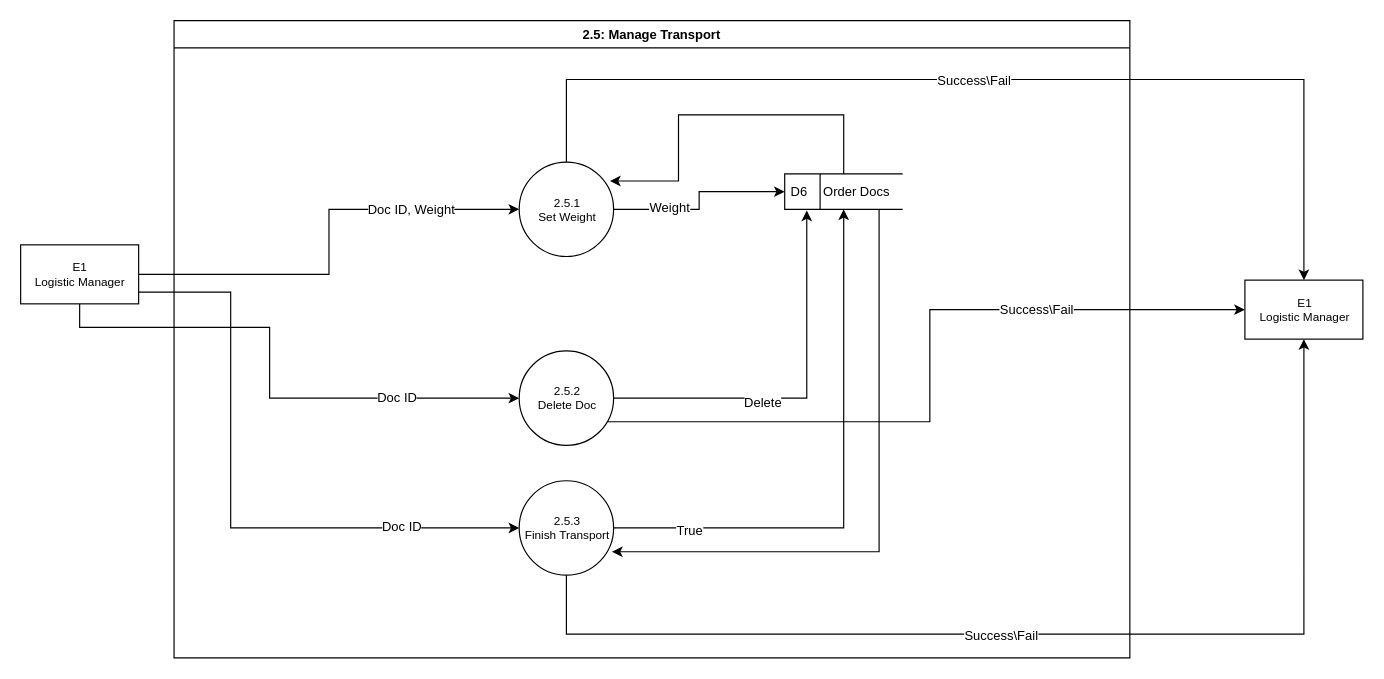
This is page "2.5" (5 of 6) of docs/DFD/DFDTransport.drawio from Naveavra/Market, a draw.io file, before an edit. Source tidied: cells renumbered, new cells numbered last; positions are measured from the earlier drawing's top-left corner, leaving out a move shared by most shapes. Both pictures are drawn from the tidied source at 118%, with x=0, y=0 at pixel (20, 20).
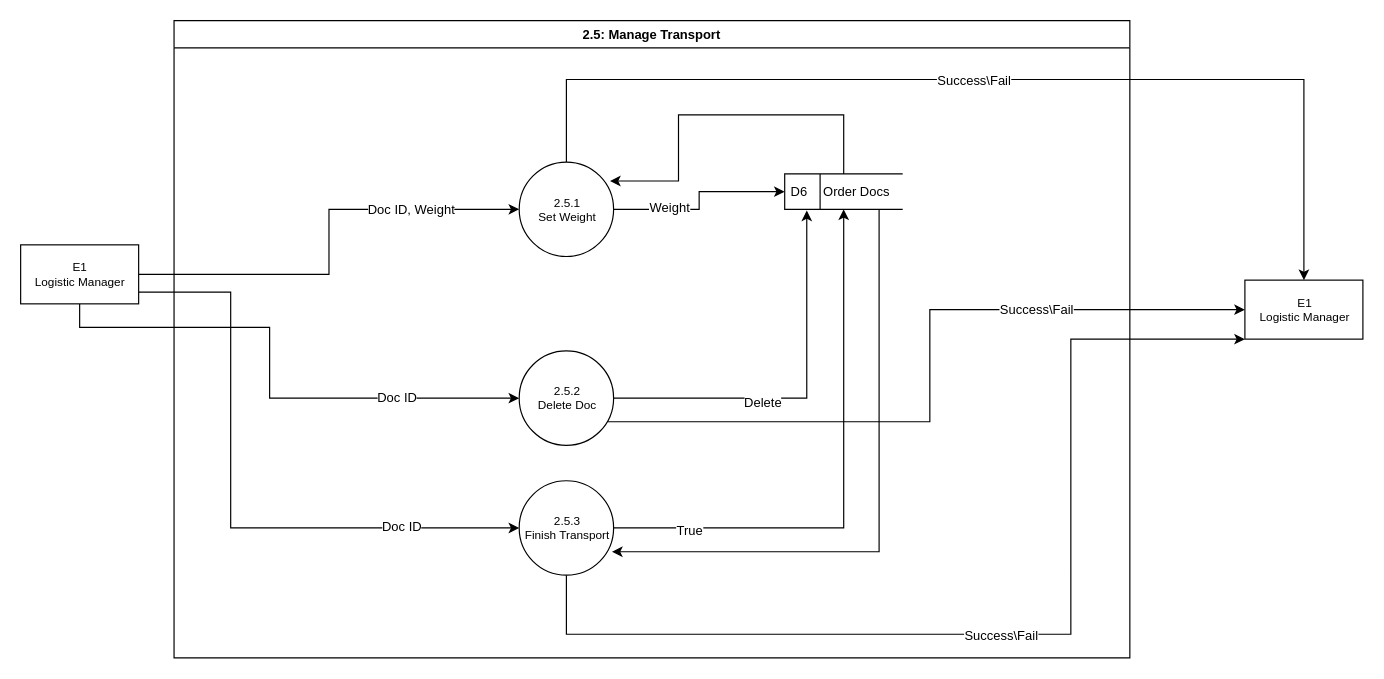
The same diagram, later.

Unchanged cells that the change refers to:
```xml
<mxCell id="20" value="2.5.3&lt;br&gt;Finish Transport" style="shape=ellipse;html=1;dashed=0;whitespace=wrap;perimeter=ellipsePerimeter;fontSize=10;" parent="1" vertex="1">
  <mxGeometry x="422.5" y="389.9" width="80" height="80" as="geometry" />
</mxCell>
<mxCell id="24" value="E1&lt;br&gt;Logistic Manager" style="html=1;dashed=0;whitespace=wrap;fontSize=10;" parent="1" vertex="1">
  <mxGeometry x="1037.5" y="219.9" width="100" height="50" as="geometry" />
</mxCell>
```

What changed in the source:
```diff
@@
-    <mxCell id="19" style="edgeStyle=orthogonalEdgeStyle;rounded=0;jettySize=auto;html=1;entryX=0.5;entryY=1;entryDx=0;entryDy=0;fontSize=11;" parent="1" edge="1" source="20" target="24">
+    <mxCell id="19" style="edgeStyle=orthogonalEdgeStyle;rounded=0;jettySize=auto;html=1;fontSize=11;entryX=0;entryY=1;entryDx=0;entryDy=0;" parent="1" edge="1" source="20" target="24">
       <mxGeometry relative="1" as="geometry">
         <Array as="points">
-          <mxPoint x="462.5" y="519.9" />
-          <mxPoint x="1087.5" y="519.9" />
+          <mxPoint x="463" y="520" />
+          <mxPoint x="890" y="520" />
+          <mxPoint x="890" y="270" />
         </Array>
       </mxGeometry>
     </mxCell>
```
